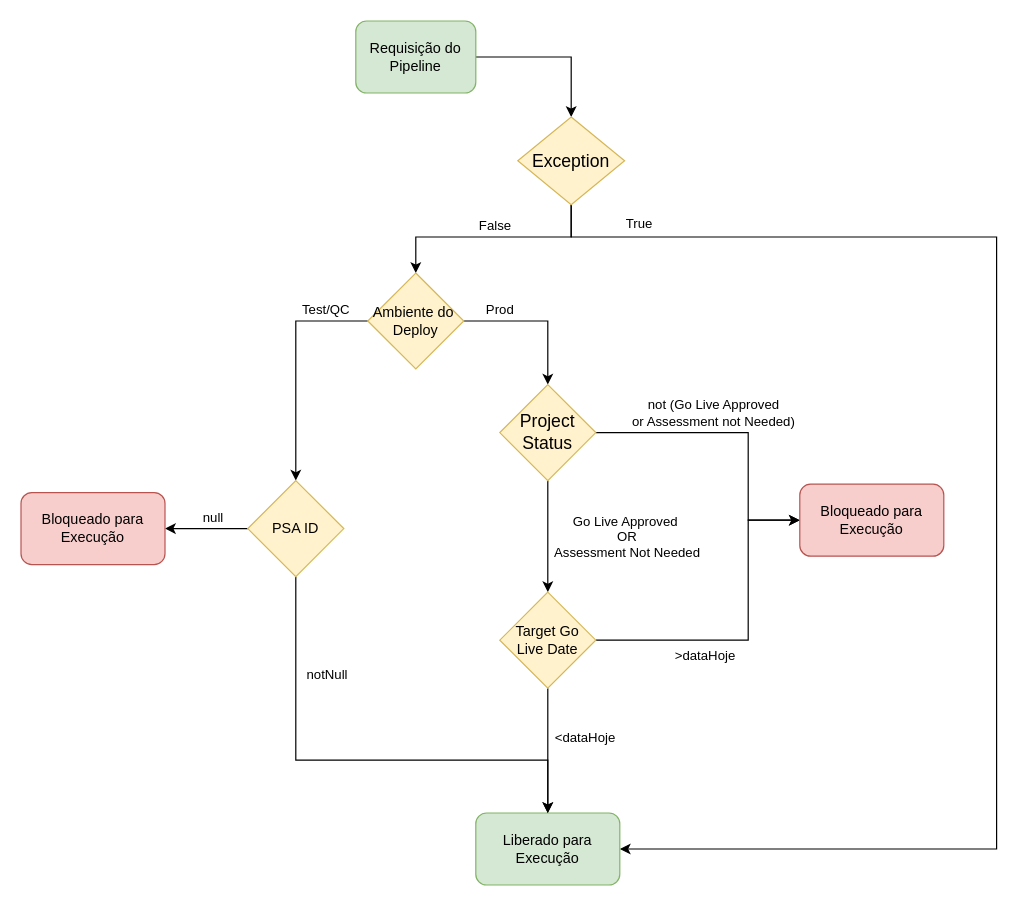
The draw.io diagram DevSec.drawio in jovblopes/Internet-of-Things, before the edit. Source tidied: cells renumbered, new cells numbered last; positions are measured from the earlier drawing's top-left corner, leaving out a move shared by most shapes. Both pictures are drawn from the tidied source at 120%, with x=0, y=0 at pixel (20, 20).
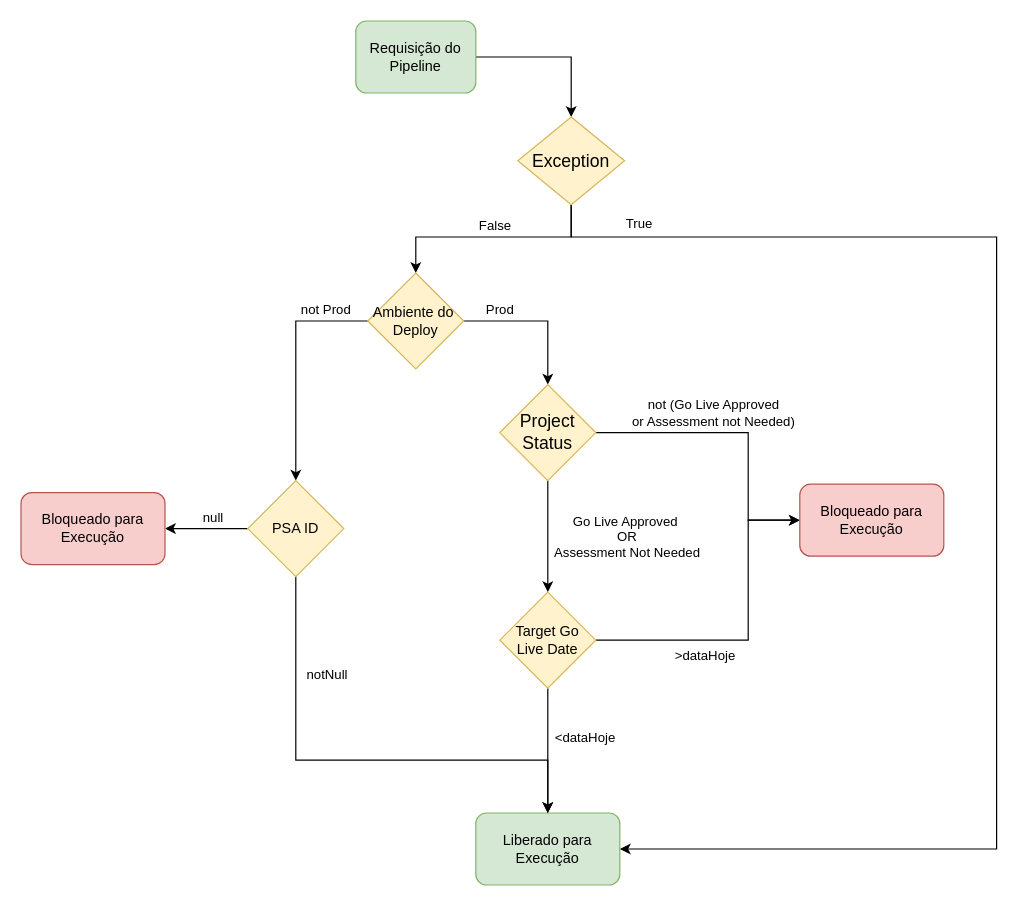
The same diagram, later.

Unchanged cells that the change refers to:
```xml
<mxCell id="12" style="edgeStyle=orthogonalEdgeStyle;rounded=0;jettySize=auto;html=1;entryX=0.5;entryY=0;entryDx=0;entryDy=0;" parent="1" edge="1" source="14" target="29">
  <mxGeometry relative="1" as="geometry" />
</mxCell>
```

The edit, as a diff of the source:
```diff
@@
-<mxGraphModel>
+<mxGraphModel background="#ffffff">
@@
-    <mxCell id="13" value="Test/QC" style="edgeLabel;html=1;align=center;verticalAlign=middle;" parent="12" vertex="1">
+    <mxCell id="13" value="not Prod" style="edgeLabel;html=1;align=center;verticalAlign=middle;" parent="12" vertex="1">
       <mxGeometry x="-0.83" y="-1" relative="1" as="geometry">
         <mxPoint x="-20" y="-9" as="offset" />
       </mxGeometry>
     </mxCell>
```
